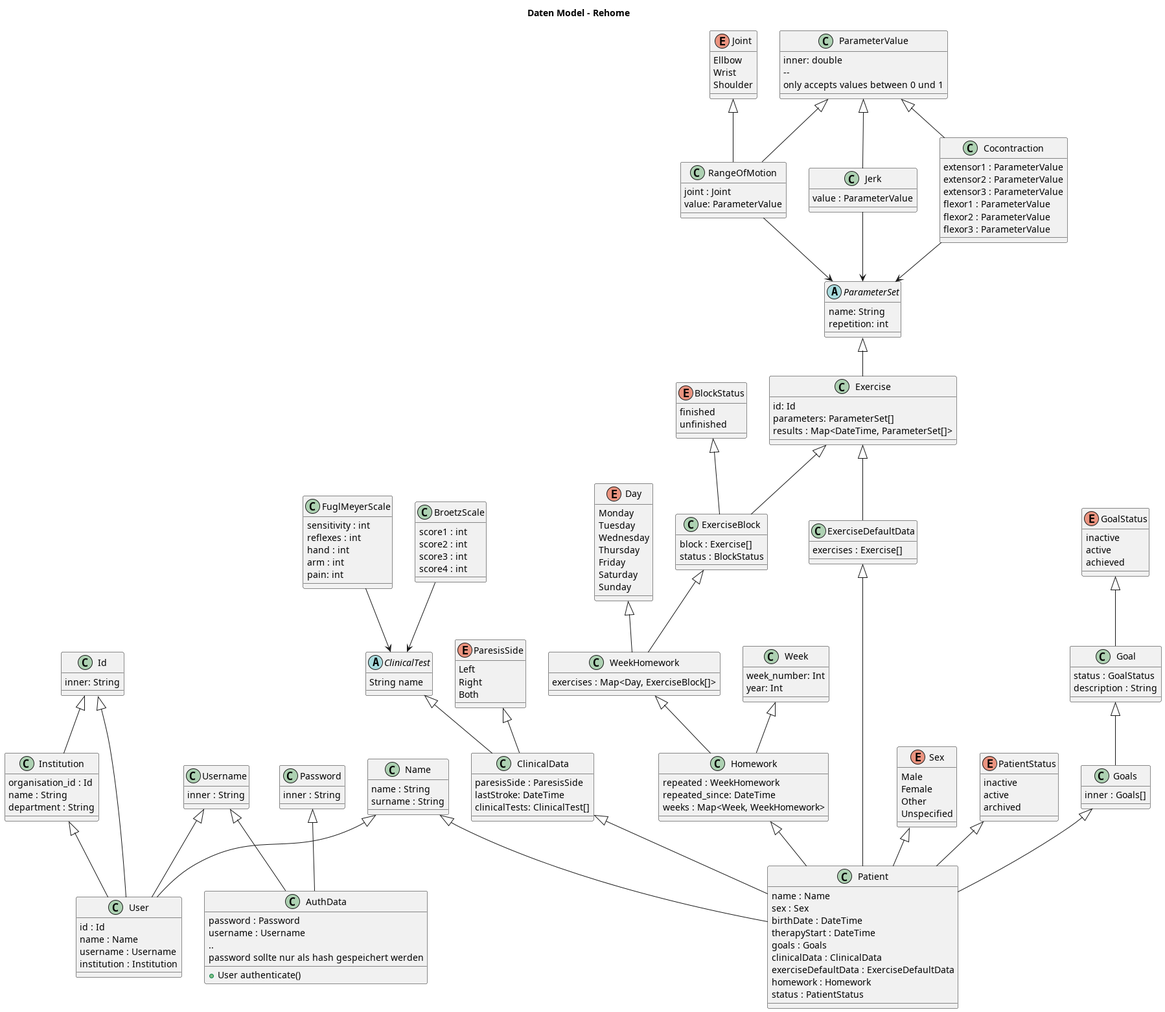
reTeaming/rehome keeps this PlantUML diagram as doc/data_model.png. Above is the earlier version.
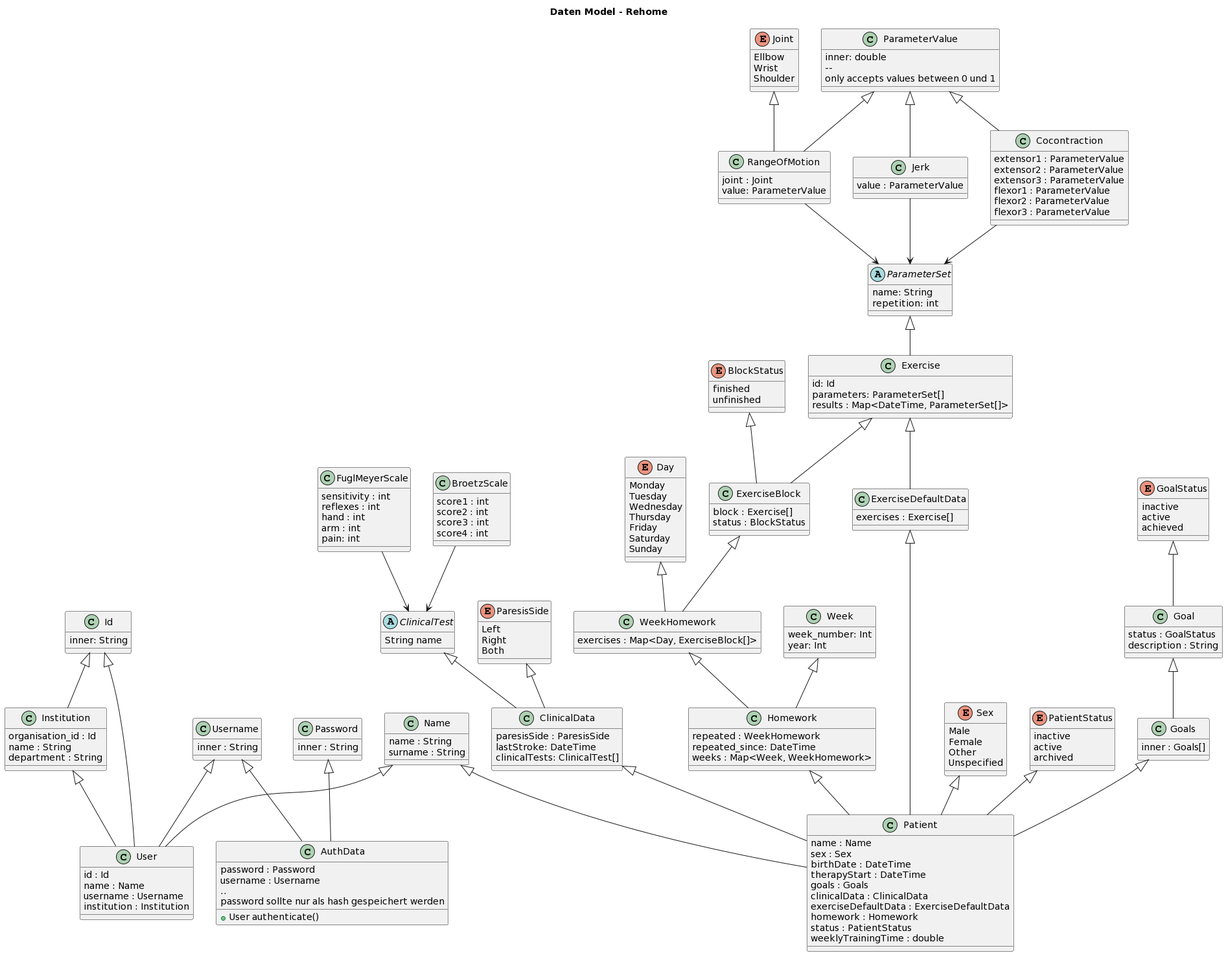
After the change.

Commit message:
weeklyTrainingTime in Klasse Patient hinzugefügt

Change to the diagram source:
```diff
@@ -1,5 +1,4 @@
 @startuml
-
 title Daten Model - Rehome
 
 
@@ -74,7 +73,7 @@
 	exerciseDefaultData : ExerciseDefaultData
 	homework : Homework
 	status : PatientStatus
-
+	weeklyTrainingTime : double
 }
 
 class Goals{
@@ -244,8 +243,4 @@
 ParameterValue <|-- Cocontraction
 ParameterValue <|-- Jerk
 ParameterValue <|-- RangeOfMotion
-
-
-
-
 @enduml
```
